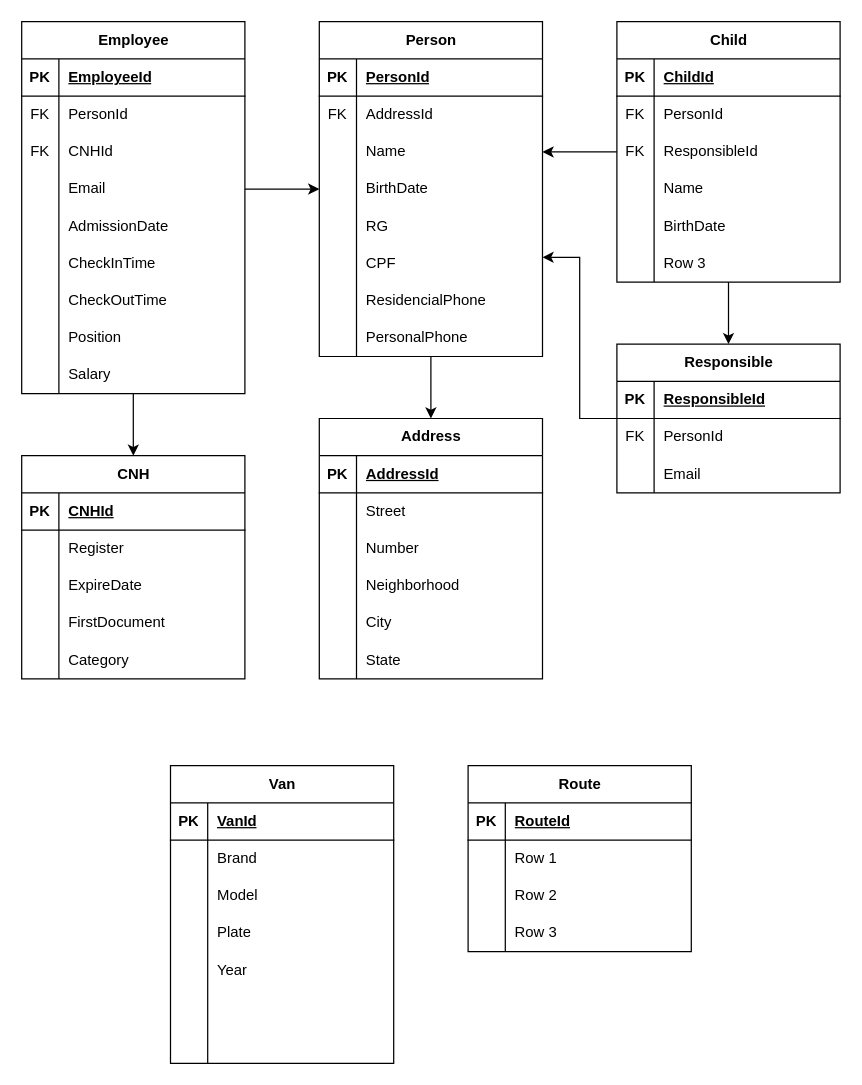
Earlier version of the draw.io diagram SchoolTrack/SchoolTrack.drawio (JoviOakz/SchoolTrack). Source tidied: cells renumbered, new cells numbered last; positions are measured from the earlier drawing's top-left corner, leaving out a move shared by most shapes. Both pictures are drawn from the tidied source at 124%, with x=0, y=0 at pixel (21, 21).
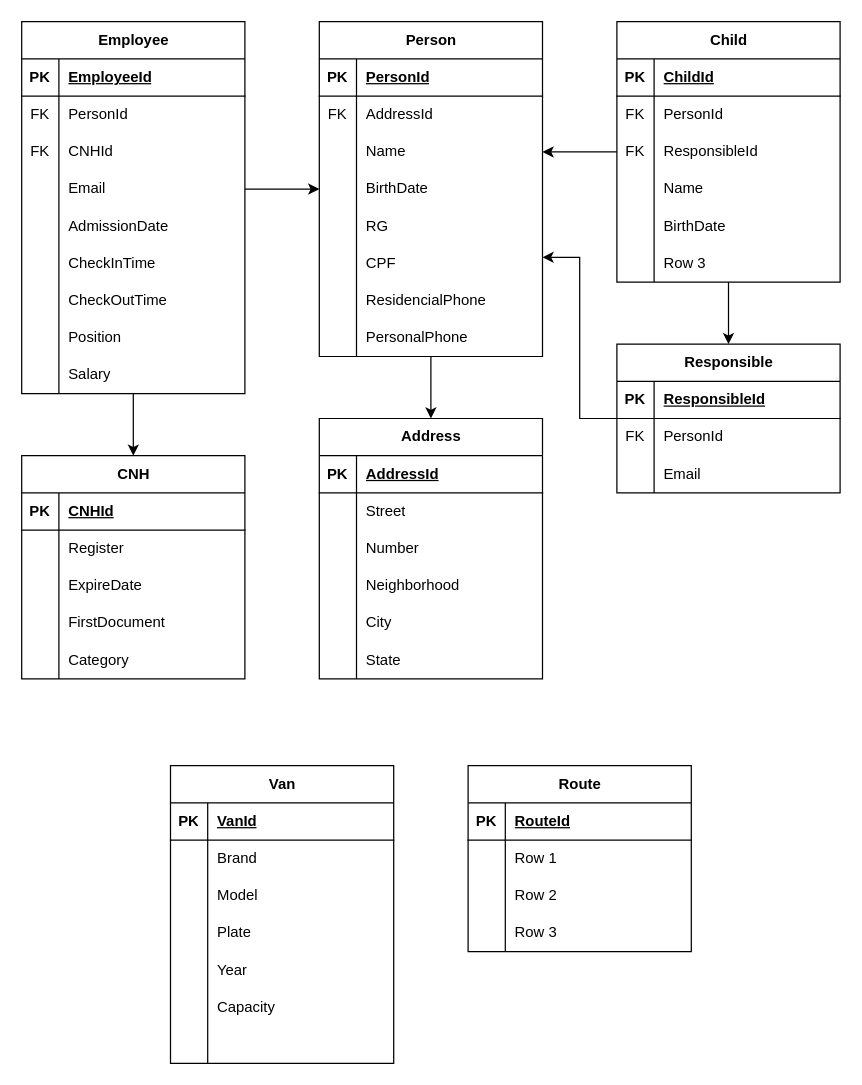
Above is the later version.

Unchanged cells that the change refers to:
```xml
<mxCell id="141" style="shape=tableRow;horizontal=0;startSize=0;swimlaneHead=0;swimlaneBody=0;fillColor=none;top=0;left=0;right=0;bottom=0;" parent="125" vertex="1">
  <mxGeometry y="180" width="180" height="30" as="geometry" />
</mxCell>
```

The edit, as a diff of the source:
```diff
@@
-    <mxCell id="143" style="shape=partialRectangle;fillColor=none;top=0;left=0;bottom=0;right=0;align=left;spacingLeft=6;overflow=hidden;whiteSpace=wrap;html=1;" parent="141" vertex="1">
+    <mxCell id="143" value="Capacity" style="shape=partialRectangle;fillColor=none;top=0;left=0;bottom=0;right=0;align=left;spacingLeft=6;overflow=hidden;whiteSpace=wrap;html=1;" parent="141" vertex="1">
       <mxGeometry x="30" width="150" height="30" as="geometry" />
     </mxCell>
```
